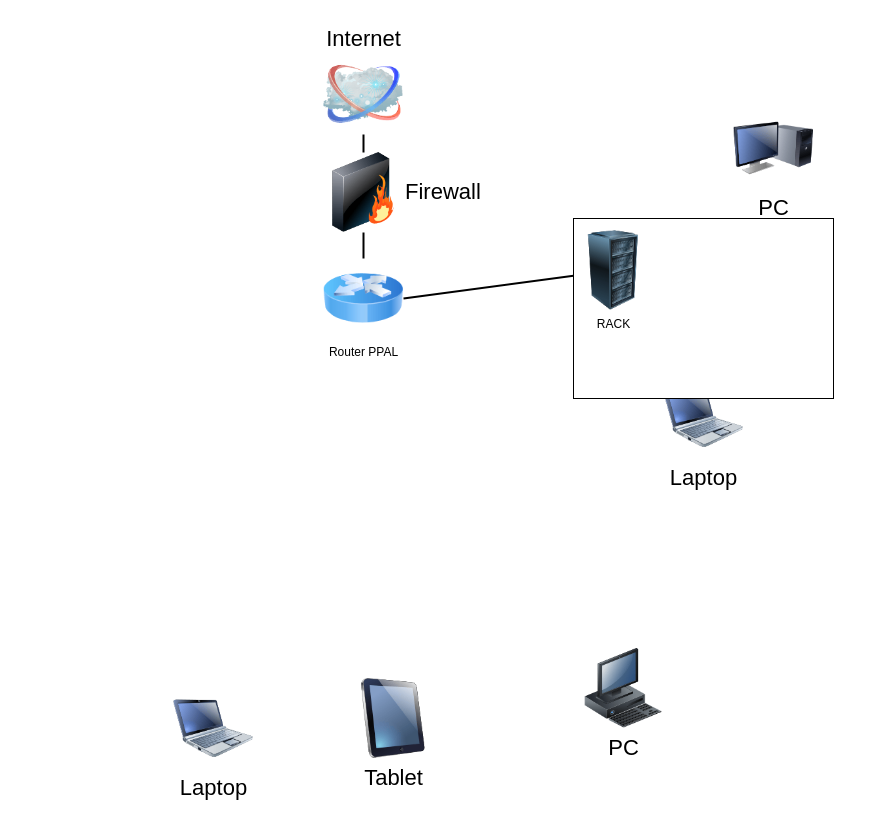
Above: HDL V1.drawio in AndresCP04/MAQUETA (draw.io), before the change. Source tidied: cells renumbered, new cells numbered last; positions are measured from the earlier drawing's top-left corner, leaving out a move shared by most shapes. Both pictures are drawn from the tidied source at 100%, with x=0, y=0 at pixel (173, 54).
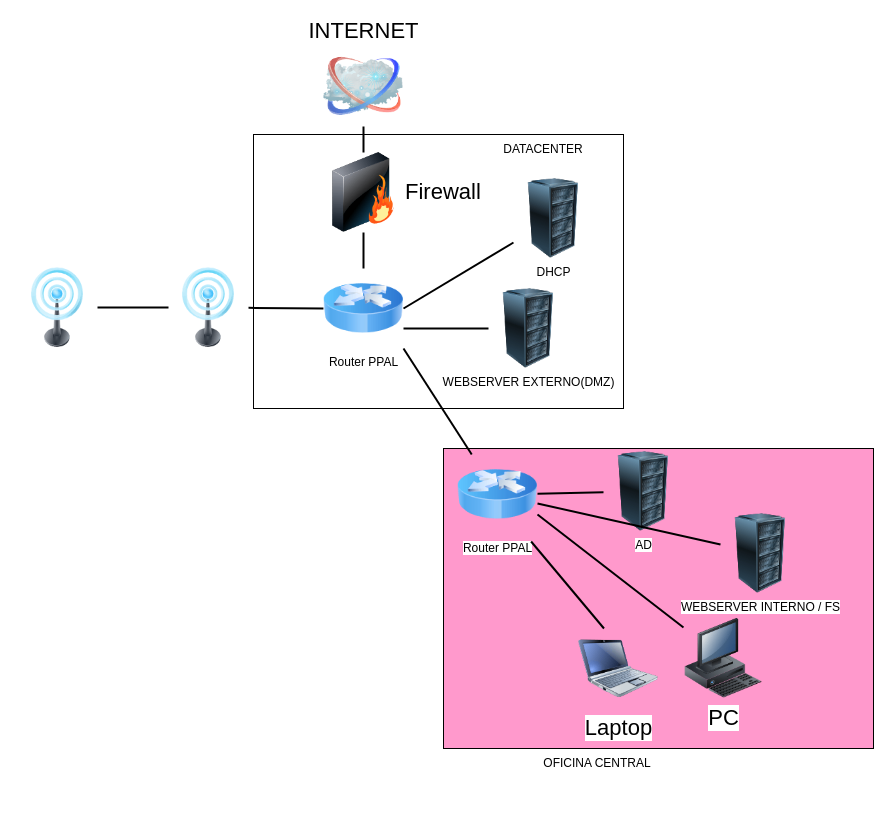
The same page after the edit.

The edit, as a diff of the source:
```diff
@@
+    <mxCell id="12" style="whiteSpace=wrap;html=1;" parent="1" vertex="1">
+      <mxGeometry x="80" y="80" width="370" height="274" as="geometry" />
+    </mxCell>
+    <mxCell id="15" style="whiteSpace=wrap;html=1;fillColor=#FF99CC;" parent="1" vertex="1">
+      <mxGeometry x="270" y="394" width="430" height="300" as="geometry" />
+    </mxCell>
@@
-    <mxCell id="3" value="Internet" style="image;html=1;labelBackgroundColor=#ffffff;image=img/lib/clip_art/networking/Cloud_128x128.png;rounded=1;shadow=0;comic=0;strokeWidth=2;fontSize=22;labelPosition=center;verticalLabelPosition=top;align=center;verticalAlign=bottom;" parent="1" vertex="1">
-      <mxGeometry x="150" width="80" height="80" as="geometry" />
+    <mxCell id="3" value="INTERNET" style="image;html=1;labelBackgroundColor=#ffffff;image=img/lib/clip_art/networking/Cloud_128x128.png;rounded=1;shadow=0;comic=0;strokeWidth=2;fontSize=22;labelPosition=center;verticalLabelPosition=top;align=center;verticalAlign=bottom;" parent="1" vertex="1">
+      <mxGeometry x="150" y="-8" width="80" height="80" as="geometry" />
     </mxCell>
@@
-    <mxCell id="6" value="Tablet" style="image;html=1;labelBackgroundColor=#ffffff;image=img/lib/clip_art/computers/iPad_128x128.png;rounded=1;shadow=0;comic=0;strokeWidth=2;fontSize=22;" parent="1" vertex="1">
-      <mxGeometry x="180" y="624" width="80" height="80" as="geometry" />
-    </mxCell>
-    <mxCell id="7" value="PC" style="image;html=1;labelBackgroundColor=#ffffff;image=img/lib/clip_art/computers/Monitor_Tower_128x128.png;rounded=1;shadow=0;comic=0;strokeWidth=2;fontSize=22;" parent="1" vertex="1">
-      <mxGeometry x="560" y="54" width="80" height="80" as="geometry" />
-    </mxCell>
     <mxCell id="8" value="PC" style="image;html=1;labelBackgroundColor=#ffffff;image=img/lib/clip_art/computers/Workstation_128x128.png;rounded=1;shadow=0;comic=0;strokeWidth=2;fontSize=22;" parent="1" vertex="1">
-      <mxGeometry x="410" y="594" width="80" height="80" as="geometry" />
+      <mxGeometry x="510" y="564" width="80" height="80" as="geometry" />
     </mxCell>
-    <mxCell id="9" value="Laptop" style="image;html=1;labelBackgroundColor=#ffffff;image=img/lib/clip_art/computers/Netbook_128x128.png;rounded=1;shadow=0;comic=0;strokeColor=#000000;strokeWidth=2;fillColor=#FFFFFF;fontSize=22;fontColor=#000000;" parent="1" vertex="1">
-      <mxGeometry x="490" y="324" width="80" height="80" as="geometry" />
-    </mxCell>
     <mxCell id="10" value="Laptop" style="image;html=1;labelBackgroundColor=#ffffff;image=img/lib/clip_art/computers/Netbook_128x128.png;rounded=1;shadow=0;comic=0;strokeWidth=2;fontSize=22;" parent="1" vertex="1">
-      <mxGeometry y="634" width="80" height="80" as="geometry" />
+      <mxGeometry x="405" y="574" width="80" height="80" as="geometry" />
     </mxCell>
     <mxCell id="11" value="Router PPAL" style="image;html=1;image=img/lib/clip_art/networking/Router_Icon_128x128.png;" parent="1" vertex="1">
-      <mxGeometry x="150" y="204" width="80" height="80" as="geometry" />
+      <mxGeometry x="150" y="214" width="80" height="80" as="geometry" />
     </mxCell>
-    <mxCell id="12" style="whiteSpace=wrap;html=1;" parent="1" vertex="1">
-      <mxGeometry x="400" y="164" width="260" height="180" as="geometry" />
-    </mxCell>
-    <mxCell id="13" value="RACK" style="image;html=1;image=img/lib/clip_art/computers/Server_Rack_128x128.png;" parent="1" vertex="1">
-      <mxGeometry x="400" y="176" width="80" height="80" as="geometry" />
+    <mxCell id="13" value="DHCP" style="image;html=1;image=img/lib/clip_art/computers/Server_Rack_128x128.png;" parent="1" vertex="1">
+      <mxGeometry x="340" y="124" width="80" height="80" as="geometry" />
     </mxCell>
@@
+    <mxCell id="16" value="AD" style="image;html=1;image=img/lib/clip_art/computers/Server_Rack_128x128.png;" parent="1" vertex="1">
+      <mxGeometry x="430" y="397" width="80" height="80" as="geometry" />
+    </mxCell>
+    <mxCell id="17" style="edgeStyle=none;rounded=0;html=1;labelBackgroundColor=none;endArrow=none;strokeWidth=2;fontFamily=Verdana;fontSize=22;entryX=1;entryY=1;entryDx=0;entryDy=0;" parent="1" edge="1" source="18" target="11">
+      <mxGeometry relative="1" as="geometry" />
+    </mxCell>
+    <mxCell id="18" value="Router PPAL" style="image;html=1;image=img/lib/clip_art/networking/Router_Icon_128x128.png;" parent="1" vertex="1">
+      <mxGeometry x="284" y="400" width="80" height="80" as="geometry" />
+    </mxCell>
+    <mxCell id="19" style="edgeStyle=none;rounded=0;html=1;labelBackgroundColor=none;endArrow=none;strokeWidth=2;fontFamily=Verdana;fontSize=22;" parent="1" edge="1" source="16" target="18">
+      <mxGeometry relative="1" as="geometry" />
+    </mxCell>
+    <mxCell id="20" style="edgeStyle=none;rounded=0;html=1;labelBackgroundColor=none;endArrow=none;strokeWidth=2;fontFamily=Verdana;fontSize=22;entryX=1;entryY=0.75;entryDx=0;entryDy=0;" parent="1" edge="1" source="8" target="18">
+      <mxGeometry relative="1" as="geometry" />
+    </mxCell>
+    <mxCell id="21" style="edgeStyle=none;rounded=0;html=1;labelBackgroundColor=none;endArrow=none;strokeWidth=2;fontFamily=Verdana;fontSize=22;entryX=0.208;entryY=0.31;entryDx=0;entryDy=0;entryPerimeter=0;" parent="1" edge="1">
+      <mxGeometry relative="1" as="geometry">
+        <mxPoint x="430.5" y="574" as="sourcePoint" />
+        <mxPoint x="357.6" y="487" as="targetPoint" />
+      </mxGeometry>
+    </mxCell>
+    <mxCell id="22" value="OFICINA CENTRAL" style="text;strokeColor=none;align=center;fillColor=none;html=1;verticalAlign=middle;whiteSpace=wrap;rounded=0;" parent="1" vertex="1">
+      <mxGeometry x="364" y="694" width="120" height="30" as="geometry" />
+    </mxCell>
+    <mxCell id="23" value="DATACENTER" style="text;strokeColor=none;align=center;fillColor=none;html=1;verticalAlign=middle;whiteSpace=wrap;rounded=0;" parent="1" vertex="1">
+      <mxGeometry x="310" y="80" width="120" height="30" as="geometry" />
+    </mxCell>
+    <mxCell id="24" value="WEBSERVER INTERNO / FS" style="image;html=1;image=img/lib/clip_art/computers/Server_Rack_128x128.png;" parent="1" vertex="1">
+      <mxGeometry x="547" y="459" width="80" height="80" as="geometry" />
+    </mxCell>
+    <mxCell id="25" style="edgeStyle=none;rounded=0;html=1;labelBackgroundColor=none;endArrow=none;strokeWidth=2;fontFamily=Verdana;fontSize=22;" parent="1" edge="1" source="24" target="18">
+      <mxGeometry relative="1" as="geometry" />
+    </mxCell>
+    <mxCell id="26" value="WEBSERVER EXTERNO(DMZ)" style="image;html=1;image=img/lib/clip_art/computers/Server_Rack_128x128.png;" parent="1" vertex="1">
+      <mxGeometry x="315" y="234" width="80" height="80" as="geometry" />
+    </mxCell>
+    <mxCell id="27" style="edgeStyle=none;rounded=0;html=1;labelBackgroundColor=none;endArrow=none;strokeWidth=2;fontFamily=Verdana;fontSize=22;exitX=1;exitY=0.75;exitDx=0;exitDy=0;" parent="1" edge="1" source="11" target="26">
+      <mxGeometry relative="1" as="geometry" />
+    </mxCell>
+    <mxCell id="28" style="image;html=1;image=img/lib/clip_art/telecommunication/Signal_tower_on_128x128.png;" parent="1" vertex="1">
+      <mxGeometry x="-5" y="213" width="80" height="80" as="geometry" />
+    </mxCell>
+    <mxCell id="29" style="edgeStyle=none;rounded=0;html=1;labelBackgroundColor=none;endArrow=none;strokeWidth=2;fontFamily=Verdana;fontSize=22;exitX=0.189;exitY=0.635;exitDx=0;exitDy=0;exitPerimeter=0;" parent="1" edge="1" source="12" target="28">
+      <mxGeometry relative="1" as="geometry" />
+    </mxCell>
+    <mxCell id="30" style="image;html=1;image=img/lib/clip_art/telecommunication/Signal_tower_on_128x128.png;" parent="1" vertex="1">
+      <mxGeometry x="-156" y="213" width="80" height="80" as="geometry" />
+    </mxCell>
+    <mxCell id="31" style="edgeStyle=none;rounded=0;html=1;labelBackgroundColor=none;endArrow=none;strokeWidth=2;fontFamily=Verdana;fontSize=22;exitX=0;exitY=0.5;exitDx=0;exitDy=0;entryX=1;entryY=0.5;entryDx=0;entryDy=0;" parent="1" edge="1" source="28" target="30">
+      <mxGeometry relative="1" as="geometry" />
+    </mxCell>
```
